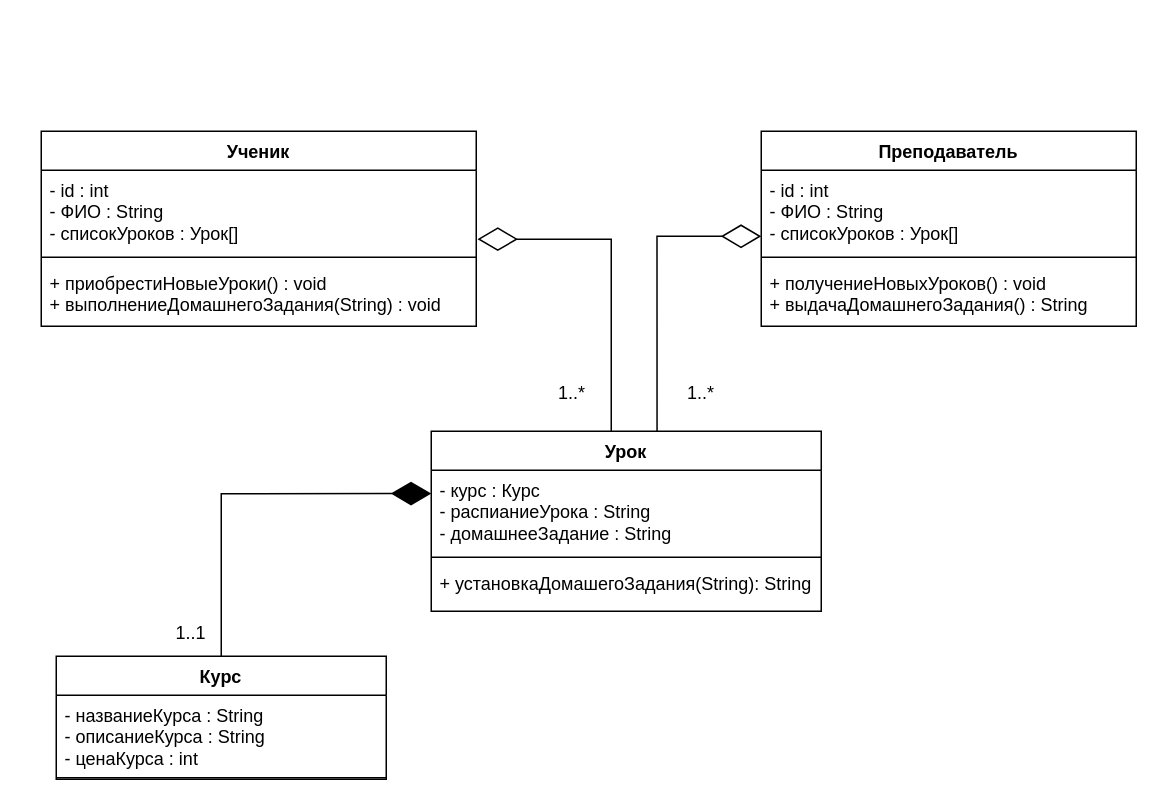
Above: OnlineSchool_Диаграмма_классов.drawio in Deviky/FOREVASIAOD (draw.io), before the change. Source tidied: cells renumbered, new cells numbered last; positions are measured from the earlier drawing's top-left corner, leaving out a move shared by most shapes. Both pictures are drawn from the tidied source at 150%, with x=0, y=0 at pixel (40, 130).
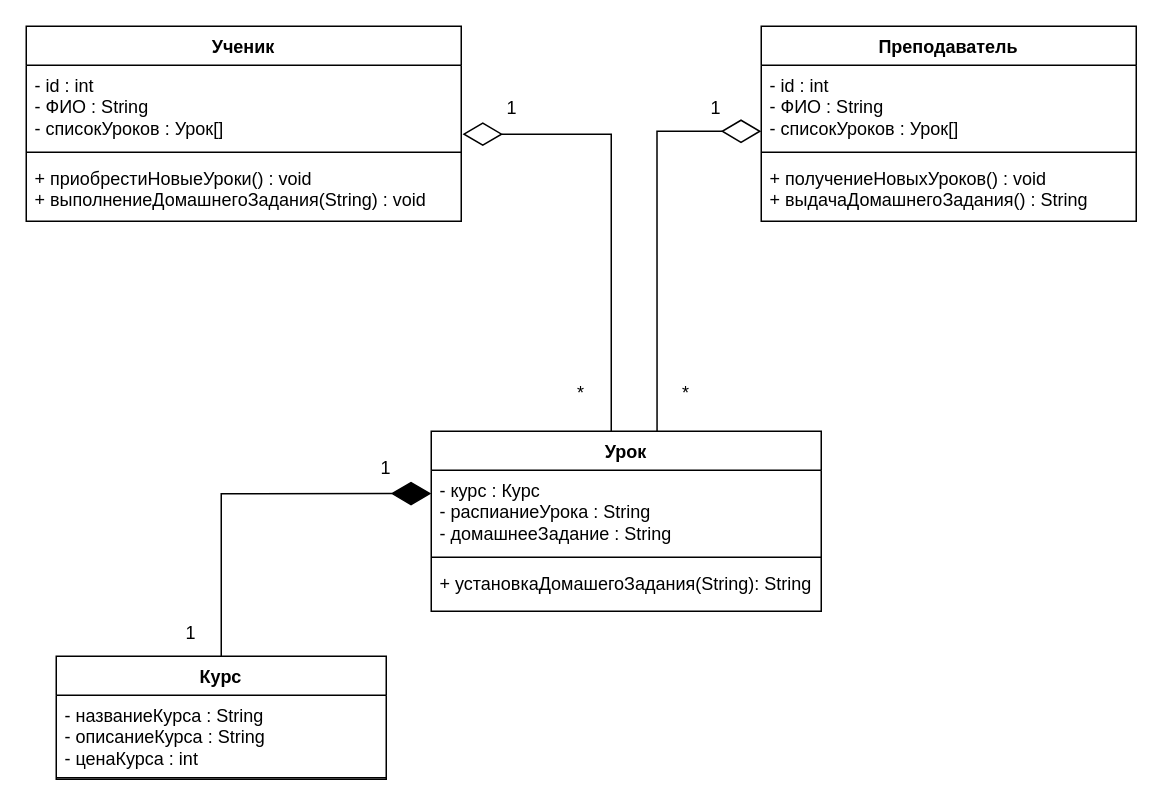
After the change.

Unchanged cells that the change refers to:
```xml
<mxCell id="3" value="&lt;div&gt;- id : int&lt;/div&gt;- ФИО : String&lt;div&gt;- списокУроков : Урок[]&lt;/div&gt;" style="text;strokeColor=none;fillColor=none;align=left;verticalAlign=top;spacingLeft=4;spacingRight=4;overflow=hidden;points=[[0,0.5],[1,0.5]];portConstraint=eastwest;whiteSpace=wrap;html=1;" parent="2" vertex="1">
  <mxGeometry y="26" width="290" height="54" as="geometry" />
</mxCell>
<mxCell id="7" value="&lt;div&gt;- id : int&lt;/div&gt;- ФИО : String&lt;div&gt;- списокУроков : Урок[]&lt;/div&gt;" style="text;strokeColor=none;fillColor=none;align=left;verticalAlign=top;spacingLeft=4;spacingRight=4;overflow=hidden;points=[[0,0.5],[1,0.5]];portConstraint=eastwest;whiteSpace=wrap;html=1;" parent="6" vertex="1">
  <mxGeometry y="26" width="250" height="54" as="geometry" />
</mxCell>
<mxCell id="13" value="Урок" style="swimlane;fontStyle=1;align=center;verticalAlign=top;horizontal=1;startSize=26;whiteSpace=wrap;html=1;" parent="1" vertex="1">
  <mxGeometry x="260" y="200" width="260" height="120" as="geometry" />
</mxCell>
```

Diff of the diagram source:
```diff
@@
     <mxCell id="2" value="Ученик" style="swimlane;fontStyle=1;align=center;verticalAlign=top;horizontal=1;startSize=26;whiteSpace=wrap;html=1;" parent="1" vertex="1">
-      <mxGeometry width="290" height="130" as="geometry" />
+      <mxGeometry x="-10" y="-70" width="290" height="130" as="geometry" />
     </mxCell>
@@
     <mxCell id="6" value="Преподаватель" style="swimlane;fontStyle=1;align=center;verticalAlign=top;horizontal=1;startSize=26;whiteSpace=wrap;html=1;" parent="1" vertex="1">
-      <mxGeometry x="480" width="250" height="130" as="geometry" />
+      <mxGeometry x="480" y="-70" width="250" height="130" as="geometry" />
     </mxCell>
@@
     <mxCell id="17" style="endArrow=diamondThin;endFill=0;endSize=24;html=1;rounded=0;edgeStyle=orthogonalEdgeStyle;exitX=0.579;exitY=0.001;exitDx=0;exitDy=0;exitPerimeter=0;entryX=0;entryY=0.815;entryDx=0;entryDy=0;entryPerimeter=0;" parent="1" edge="1" source="13" target="7">
       <mxGeometry relative="1" as="geometry">
         <Array as="points">
-          <mxPoint x="411" y="70" />
+          <mxPoint x="411" />
         </Array>
       </mxGeometry>
     </mxCell>
@@
-    <mxCell id="19" value="1..1" style="text;html=1;align=center;verticalAlign=middle;whiteSpace=wrap;rounded=0;" parent="1" vertex="1">
+    <mxCell id="19" value="1" style="text;html=1;align=center;verticalAlign=middle;whiteSpace=wrap;rounded=0;" parent="1" vertex="1">
       <mxGeometry x="80" y="320" width="40" height="30" as="geometry" />
     </mxCell>
-    <mxCell id="20" value="1..*" style="text;html=1;align=center;verticalAlign=middle;whiteSpace=wrap;rounded=0;" parent="1" vertex="1">
-      <mxGeometry x="334" y="160" width="40" height="30" as="geometry" />
+    <mxCell id="20" value="*" style="text;html=1;align=center;verticalAlign=middle;whiteSpace=wrap;rounded=0;" parent="1" vertex="1">
+      <mxGeometry x="340" y="160" width="40" height="30" as="geometry" />
     </mxCell>
-    <mxCell id="21" value="1..*" style="text;html=1;align=center;verticalAlign=middle;whiteSpace=wrap;rounded=0;" parent="1" vertex="1">
-      <mxGeometry x="420" y="160" width="40" height="30" as="geometry" />
+    <mxCell id="21" value="*" style="text;html=1;align=center;verticalAlign=middle;whiteSpace=wrap;rounded=0;" parent="1" vertex="1">
+      <mxGeometry x="410" y="160" width="40" height="30" as="geometry" />
     </mxCell>
     <mxCell id="22" style="endArrow=diamondThin;endFill=0;endSize=24;html=1;rounded=0;edgeStyle=orthogonalEdgeStyle;entryX=1.003;entryY=0.851;entryDx=0;entryDy=0;entryPerimeter=0;" parent="1" edge="1" target="3">
       <mxGeometry relative="1" as="geometry">
         <mxPoint x="380" y="200" as="sourcePoint" />
         <Array as="points">
-          <mxPoint x="380" y="72" />
+          <mxPoint x="380" y="2" />
         </Array>
       </mxGeometry>
     </mxCell>
+    <mxCell id="23" value="1" style="text;html=1;align=center;verticalAlign=middle;whiteSpace=wrap;rounded=0;" parent="1" vertex="1">
+      <mxGeometry x="210" y="210" width="40" height="30" as="geometry" />
+    </mxCell>
+    <mxCell id="24" value="1" style="text;html=1;align=center;verticalAlign=middle;whiteSpace=wrap;rounded=0;" parent="1" vertex="1">
+      <mxGeometry x="294" y="-30" width="40" height="30" as="geometry" />
+    </mxCell>
+    <mxCell id="25" value="1" style="text;html=1;align=center;verticalAlign=middle;whiteSpace=wrap;rounded=0;" parent="1" vertex="1">
+      <mxGeometry x="430" y="-30" width="40" height="30" as="geometry" />
+    </mxCell>
```
